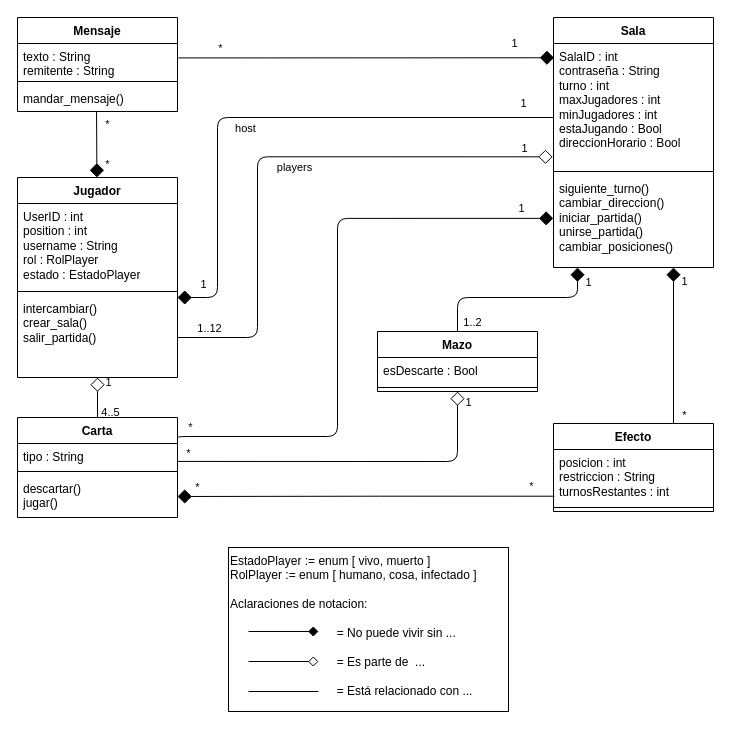
This is page "Página-2" (2 of 3) of Diagrama sin título.drawio from PedroSalas216/Ingenieria-SW-1, a draw.io file, before an edit. Source tidied: cells renumbered, new cells numbered last; positions are measured from the earlier drawing's top-left corner, leaving out a move shared by most shapes. Both pictures are drawn from the tidied source at 100%, with x=0, y=0 at pixel (17, 17).
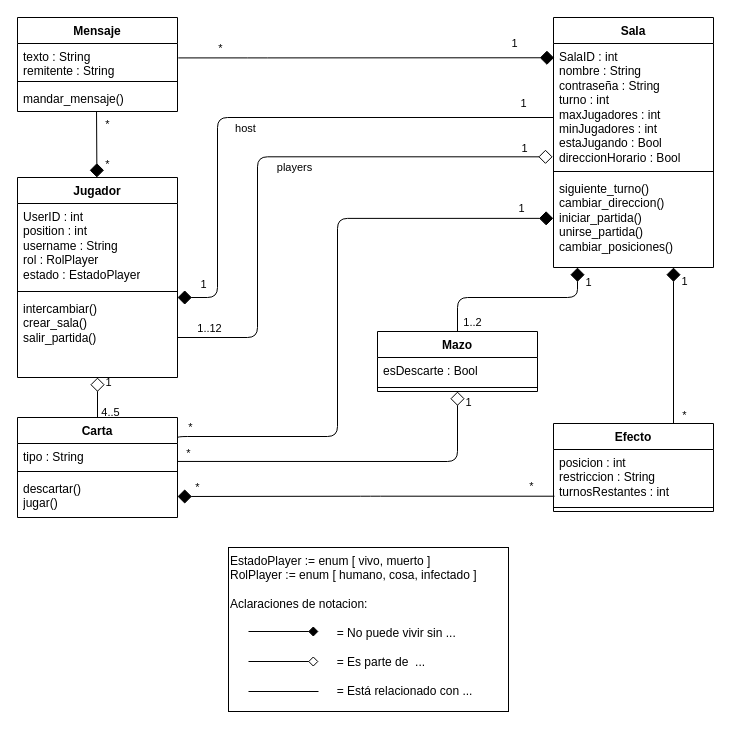
The same diagram, later.

Unchanged cells that the change refers to:
```xml
<mxCell id="16" value="&lt;div&gt;Sala&lt;/div&gt;" style="swimlane;fontStyle=1;align=center;verticalAlign=top;horizontal=1;startSize=26;whiteSpace=wrap;html=1;" parent="1" vertex="1">
  <mxGeometry x="536" width="160" height="250" as="geometry" />
</mxCell>
```

The edit, as a diff of the source:
```diff
@@
-    <mxCell id="17" value="&lt;div&gt;SalaID : int&lt;/div&gt;&lt;div&gt;contraseña : String&lt;/div&gt;&lt;div&gt;turno : int&lt;/div&gt;&lt;div&gt;maxJugadores : int&lt;/div&gt;&lt;div&gt;minJugadores : int&lt;/div&gt;&lt;div&gt;estaJugando : Bool&lt;/div&gt;&lt;div&gt;direccionHorario : Bool&lt;br&gt;&lt;/div&gt;&lt;div&gt;&lt;br&gt;&lt;/div&gt;" style="text;strokeColor=none;fillColor=none;align=left;verticalAlign=top;spacingLeft=4;spacingRight=4;overflow=hidden;points=[[0,0.5],[1,0.5]];portConstraint=eastwest;whiteSpace=wrap;html=1;" parent="16" vertex="1">
+    <mxCell id="17" value="&lt;div&gt;SalaID : int&lt;/div&gt;&lt;div&gt;nombre : String&lt;/div&gt;&lt;div&gt;contraseña : String&lt;/div&gt;&lt;div&gt;turno : int&lt;/div&gt;&lt;div&gt;maxJugadores : int&lt;/div&gt;&lt;div&gt;minJugadores : int&lt;/div&gt;&lt;div&gt;estaJugando : Bool&lt;/div&gt;&lt;div&gt;direccionHorario : Bool&lt;br&gt;&lt;/div&gt;&lt;div&gt;&lt;br&gt;&lt;/div&gt;" style="text;strokeColor=none;fillColor=none;align=left;verticalAlign=top;spacingLeft=4;spacingRight=4;overflow=hidden;points=[[0,0.5],[1,0.5]];portConstraint=eastwest;whiteSpace=wrap;html=1;" parent="16" vertex="1">
       <mxGeometry y="26" width="160" height="124" as="geometry" />
     </mxCell>
```
